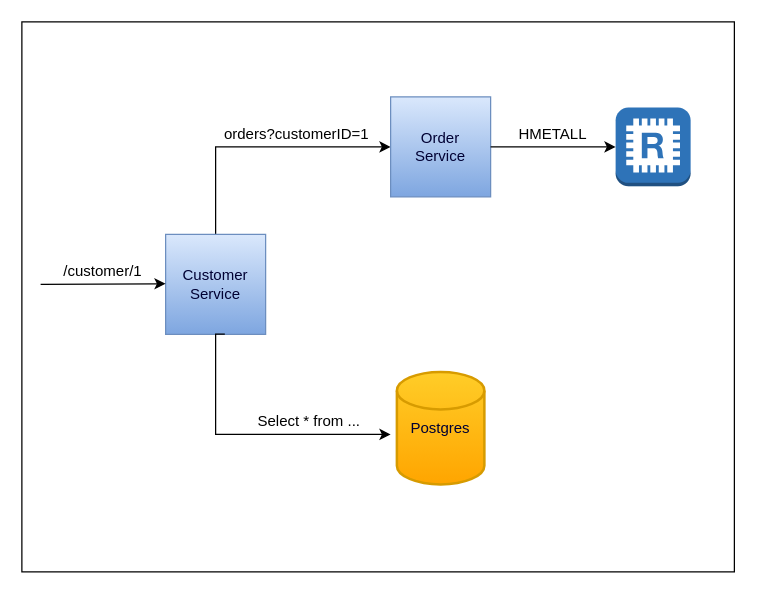
Earlier version of the draw.io diagram architecture.drawio (Amiedeep/jaeger_springboot_golang). Source tidied: cells renumbered, new cells numbered last; positions are measured from the earlier drawing's top-left corner, leaving out a move shared by most shapes. Both pictures are drawn from the tidied source at 125%, with x=0, y=0 at pixel (21, 21).
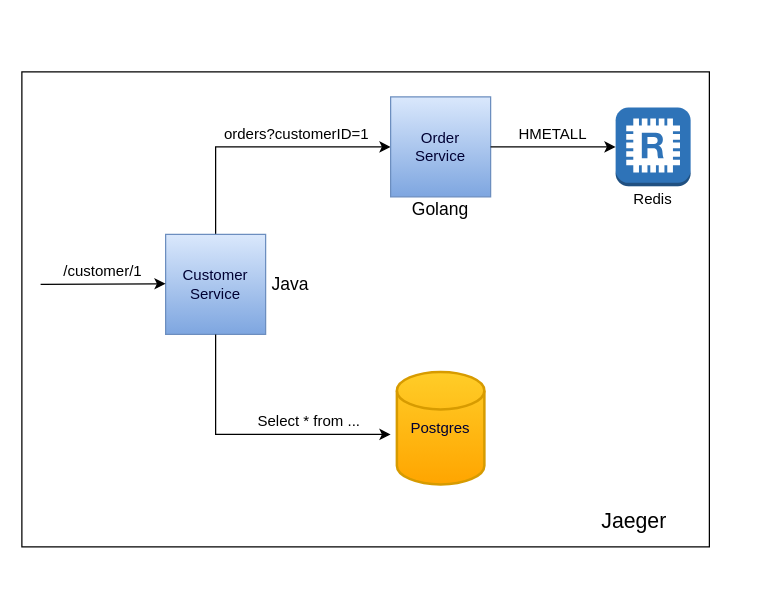
The same page after the edit.

Commit message (it also covers changes not shown here):
update architecture diagram

The change refers to these unchanged cells:
```xml
<mxCell id="4" value="&lt;font color=&quot;#000033&quot;&gt;Customer&lt;br&gt;Service&lt;/font&gt;" style="whiteSpace=wrap;html=1;fillColor=#dae8fc;strokeColor=#6c8ebf;gradientColor=#7ea6e0;" parent="1" vertex="1">
  <mxGeometry x="115" y="170" width="80" height="80" as="geometry" />
</mxCell>
```

Diff of the diagram source:
```diff
@@
     <mxCell id="2" style="rounded=0;whiteSpace=wrap;html=1;" parent="1" vertex="1">
-      <mxGeometry width="570" height="440" as="geometry" />
+      <mxGeometry y="40" width="550" height="380" as="geometry" />
     </mxCell>
@@
-    <mxCell id="8" style="edgeStyle=orthogonalEdgeStyle;rounded=0;jettySize=auto;html=1;exitX=0.592;exitY=0.998;exitDx=0;exitDy=0;exitPerimeter=0;" parent="1" edge="1" source="4">
+    <mxCell id="8" style="edgeStyle=orthogonalEdgeStyle;rounded=0;orthogonalLoop=1;jettySize=auto;html=1;" parent="1" edge="1">
       <mxGeometry relative="1" as="geometry">
+        <mxPoint x="155" y="250" as="sourcePoint" />
         <mxPoint x="295" y="330" as="targetPoint" />
         <Array as="points">
-          <mxPoint x="155" y="250" />
           <mxPoint x="155" y="330" />
         </Array>
       </mxGeometry>
     </mxCell>
@@
+    <mxCell id="15" value="&lt;font style=&quot;font-size: 14px&quot;&gt;Java&lt;/font&gt;" style="text;html=1;strokeColor=none;fillColor=none;align=center;verticalAlign=middle;whiteSpace=wrap;rounded=0;rotation=0;" parent="1" vertex="1">
+      <mxGeometry x="195" y="200" width="40" height="20" as="geometry" />
+    </mxCell>
+    <mxCell id="16" value="&lt;font style=&quot;font-size: 14px&quot;&gt;Golang&lt;/font&gt;" style="text;html=1;strokeColor=none;fillColor=none;align=center;verticalAlign=middle;whiteSpace=wrap;rounded=0;rotation=0;" parent="1" vertex="1">
+      <mxGeometry x="315" y="140" width="40" height="20" as="geometry" />
+    </mxCell>
+    <mxCell id="17" value="Redis" style="text;html=1;strokeColor=none;fillColor=none;align=center;verticalAlign=middle;whiteSpace=wrap;rounded=0;" parent="1" vertex="1">
+      <mxGeometry x="485" y="131.5" width="40" height="20" as="geometry" />
+    </mxCell>
+    <mxCell id="18" value="&lt;p style=&quot;line-height: 120%&quot;&gt;&lt;font style=&quot;font-size: 17px&quot;&gt;Jaeger&lt;/font&gt;&lt;/p&gt;" style="text;html=1;strokeColor=none;fillColor=none;align=center;verticalAlign=middle;whiteSpace=wrap;rounded=0;" parent="1" vertex="1">
+      <mxGeometry x="400" y="390" width="180" height="20" as="geometry" />
+    </mxCell>
```
